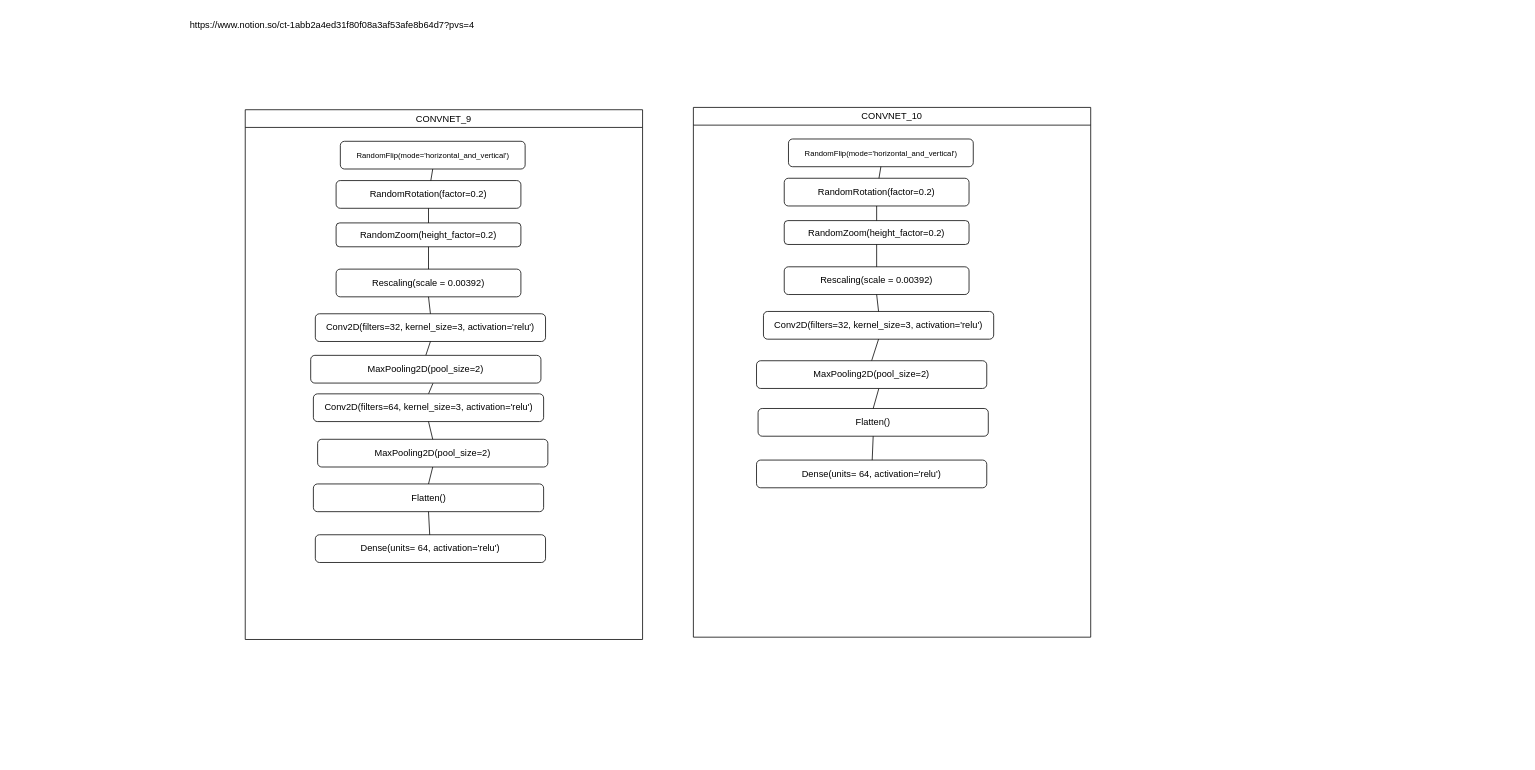
Above: bai_lam.drawio in zalexdevon/plant_disease_classifier_new (draw.io), before the change. Source tidied: cells renumbered, new cells numbered last; positions are measured from the earlier drawing's top-left corner, leaving out a move shared by most shapes. Both pictures are drawn from the tidied source at 77%, with x=0, y=0 at pixel (13, 13).
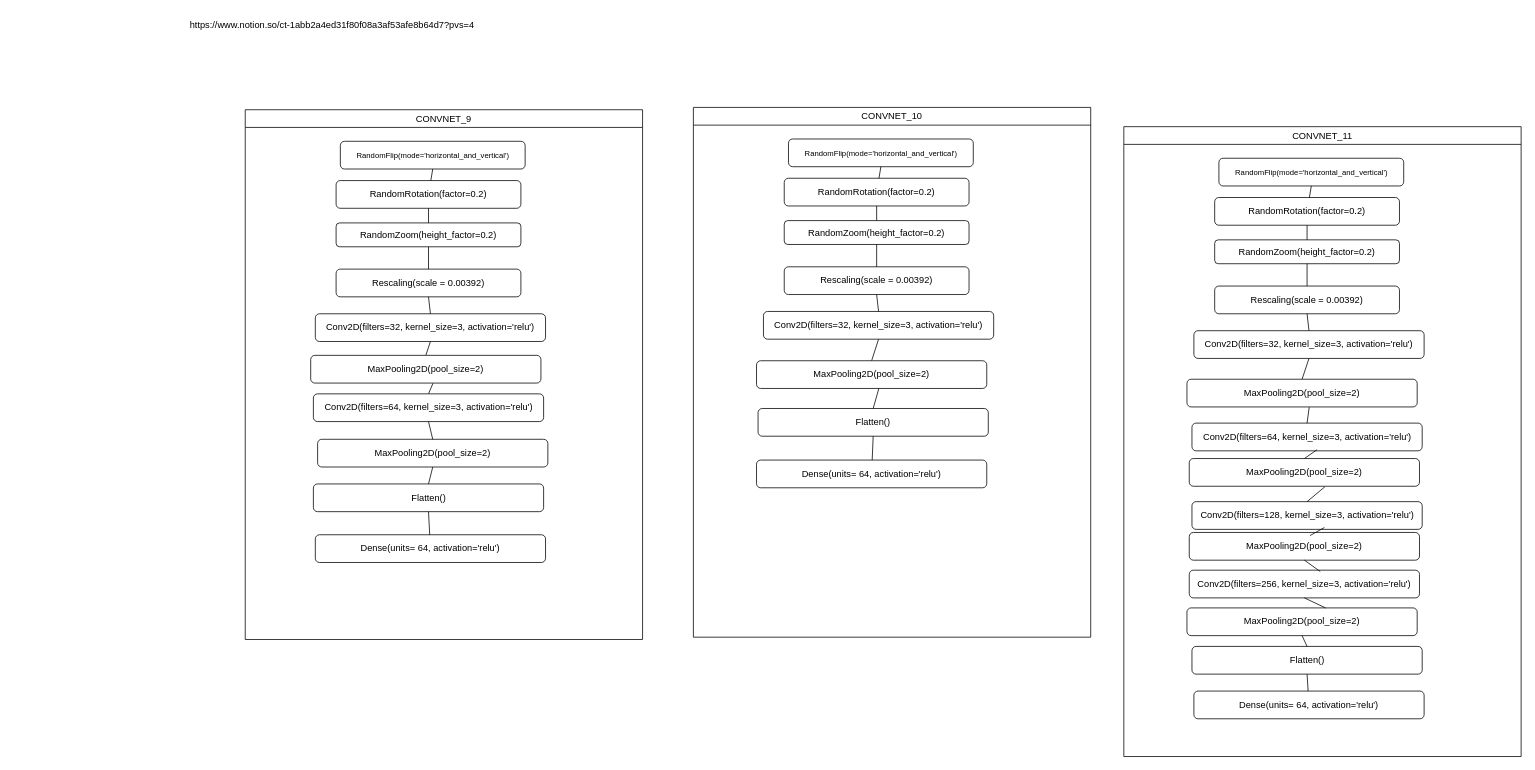
After the change.

Diff of the diagram source:
```diff
@@
+    <mxCell id="39" value="&lt;span style=&quot;font-weight: normal;&quot;&gt;CONVNET_11&lt;/span&gt;" style="swimlane;whiteSpace=wrap;html=1;startSize=23;" parent="1" vertex="1">
+      <mxGeometry x="1442" y="147" width="516" height="818" as="geometry" />
+    </mxCell>
+    <mxCell id="40" value="&lt;font style=&quot;font-size: 10px;&quot;&gt;RandomFlip(mode='horizontal_and_vertical')&lt;/font&gt;" style="rounded=1;whiteSpace=wrap;html=1;" parent="39" vertex="1">
+      <mxGeometry x="123.5" y="41" width="240" height="36" as="geometry" />
+    </mxCell>
+    <mxCell id="41" value="RandomRotation(factor=0.2)" style="rounded=1;whiteSpace=wrap;html=1;" parent="39" vertex="1">
+      <mxGeometry x="118" y="92" width="240" height="36" as="geometry" />
+    </mxCell>
+    <mxCell id="42" value="RandomZoom(height_factor=0.2)" style="rounded=1;whiteSpace=wrap;html=1;" parent="39" vertex="1">
+      <mxGeometry x="118" y="147" width="240" height="31" as="geometry" />
+    </mxCell>
+    <mxCell id="43" value="Rescaling(scale = 0.00392)" style="rounded=1;whiteSpace=wrap;html=1;" parent="39" vertex="1">
+      <mxGeometry x="118" y="207" width="240" height="36" as="geometry" />
+    </mxCell>
+    <mxCell id="44" value="Conv2D(filters=32, kernel_size=3, activation='relu')" style="rounded=1;whiteSpace=wrap;html=1;" parent="39" vertex="1">
+      <mxGeometry x="91" y="265" width="299" height="36" as="geometry" />
+    </mxCell>
+    <mxCell id="45" style="endArrow=none;html=1;rounded=0;entryX=0.5;entryY=1;entryDx=0;entryDy=0;" parent="39" edge="1" source="41" target="40">
+      <mxGeometry relative="1" as="geometry" />
+    </mxCell>
+    <mxCell id="46" style="endArrow=none;html=1;rounded=0;entryX=0.5;entryY=1;entryDx=0;entryDy=0;exitX=0.5;exitY=0;exitDx=0;exitDy=0;" parent="39" edge="1" source="42" target="41">
+      <mxGeometry relative="1" as="geometry" />
+    </mxCell>
+    <mxCell id="47" style="endArrow=none;html=1;rounded=0;entryX=0.5;entryY=0;entryDx=0;entryDy=0;exitX=0.5;exitY=1;exitDx=0;exitDy=0;" parent="39" edge="1" source="43" target="44">
+      <mxGeometry relative="1" as="geometry" />
+    </mxCell>
+    <mxCell id="48" style="endArrow=none;html=1;rounded=0;entryX=0.5;entryY=1;entryDx=0;entryDy=0;exitX=0.5;exitY=0;exitDx=0;exitDy=0;" parent="39" edge="1" source="43" target="42">
+      <mxGeometry relative="1" as="geometry" />
+    </mxCell>
+    <mxCell id="49" style="endArrow=none;html=1;rounded=0;entryX=0.5;entryY=1;entryDx=0;entryDy=0;exitX=0.5;exitY=0;exitDx=0;exitDy=0;" parent="39" edge="1" source="50" target="44">
+      <mxGeometry relative="1" as="geometry" />
+    </mxCell>
+    <mxCell id="50" value="MaxPooling2D(pool_size=2)" style="rounded=1;whiteSpace=wrap;html=1;" parent="39" vertex="1">
+      <mxGeometry x="82" y="328" width="299" height="36" as="geometry" />
+    </mxCell>
+    <mxCell id="51" value="Conv2D(filters=64, kernel_size=3, activation='relu')" style="rounded=1;whiteSpace=wrap;html=1;" parent="39" vertex="1">
+      <mxGeometry x="88.5" y="385" width="299" height="36" as="geometry" />
+    </mxCell>
+    <mxCell id="52" value="MaxPooling2D(pool_size=2)" style="rounded=1;whiteSpace=wrap;html=1;" parent="39" vertex="1">
+      <mxGeometry x="85" y="431" width="299" height="36" as="geometry" />
+    </mxCell>
+    <mxCell id="53" value="Conv2D(filters=128, kernel_size=3, activation='relu')" style="rounded=1;whiteSpace=wrap;html=1;" parent="39" vertex="1">
+      <mxGeometry x="88.5" y="487" width="299" height="36" as="geometry" />
+    </mxCell>
+    <mxCell id="54" value="MaxPooling2D(pool_size=2)" style="rounded=1;whiteSpace=wrap;html=1;" parent="39" vertex="1">
+      <mxGeometry x="85" y="527" width="299" height="36" as="geometry" />
+    </mxCell>
+    <mxCell id="55" value="Conv2D(filters=256, kernel_size=3, activation='relu')" style="rounded=1;whiteSpace=wrap;html=1;" parent="39" vertex="1">
+      <mxGeometry x="85" y="576" width="299" height="36" as="geometry" />
+    </mxCell>
+    <mxCell id="56" value="MaxPooling2D(pool_size=2)" style="rounded=1;whiteSpace=wrap;html=1;" parent="39" vertex="1">
+      <mxGeometry x="82" y="625" width="299" height="36" as="geometry" />
+    </mxCell>
+    <mxCell id="57" style="endArrow=none;html=1;rounded=0;entryX=0.531;entryY=1.009;entryDx=0;entryDy=0;exitX=0.5;exitY=0;exitDx=0;exitDy=0;entryPerimeter=0;" parent="39" edge="1" source="51" target="50">
+      <mxGeometry relative="1" as="geometry" />
+    </mxCell>
+    <mxCell id="58" style="endArrow=none;html=1;rounded=0;entryX=0.543;entryY=0.962;entryDx=0;entryDy=0;exitX=0.5;exitY=0;exitDx=0;exitDy=0;entryPerimeter=0;" parent="39" edge="1" source="52" target="51">
+      <mxGeometry relative="1" as="geometry" />
+    </mxCell>
+    <mxCell id="59" style="endArrow=none;html=1;rounded=0;entryX=0.589;entryY=1.019;entryDx=0;entryDy=0;exitX=0.5;exitY=0;exitDx=0;exitDy=0;entryPerimeter=0;" parent="39" edge="1" source="53" target="52">
+      <mxGeometry relative="1" as="geometry" />
+    </mxCell>
+    <mxCell id="60" style="endArrow=none;html=1;rounded=0;entryX=0.575;entryY=0.934;entryDx=0;entryDy=0;exitX=0.525;exitY=0.111;exitDx=0;exitDy=0;entryPerimeter=0;exitPerimeter=0;" parent="39" edge="1" source="54" target="53">
+      <mxGeometry relative="1" as="geometry" />
+    </mxCell>
+    <mxCell id="61" style="endArrow=none;html=1;rounded=0;entryX=0.569;entryY=0.048;entryDx=0;entryDy=0;exitX=0.5;exitY=1;exitDx=0;exitDy=0;entryPerimeter=0;" parent="39" edge="1" source="54" target="55">
+      <mxGeometry relative="1" as="geometry" />
+    </mxCell>
+    <mxCell id="62" style="endArrow=none;html=1;rounded=0;entryX=0.602;entryY=0;entryDx=0;entryDy=0;exitX=0.5;exitY=1;exitDx=0;exitDy=0;entryPerimeter=0;" parent="39" edge="1" source="55" target="56">
+      <mxGeometry relative="1" as="geometry" />
+    </mxCell>
+    <mxCell id="63" value="Flatten()" style="rounded=1;whiteSpace=wrap;html=1;" parent="39" vertex="1">
+      <mxGeometry x="88.5" y="675" width="299" height="36" as="geometry" />
+    </mxCell>
+    <mxCell id="64" style="endArrow=none;html=1;rounded=0;entryX=0.5;entryY=0;entryDx=0;entryDy=0;exitX=0.5;exitY=1;exitDx=0;exitDy=0;" parent="39" edge="1" source="56" target="63">
+      <mxGeometry relative="1" as="geometry" />
+    </mxCell>
+    <mxCell id="65" value="Dense(units=  64, activation='relu')" style="rounded=1;whiteSpace=wrap;html=1;" parent="39" vertex="1">
+      <mxGeometry x="91" y="733" width="299" height="36" as="geometry" />
+    </mxCell>
+    <mxCell id="66" style="endArrow=none;html=1;rounded=0;entryX=0.5;entryY=1;entryDx=0;entryDy=0;" parent="39" edge="1" source="65" target="63">
+      <mxGeometry relative="1" as="geometry" />
+    </mxCell>
```
